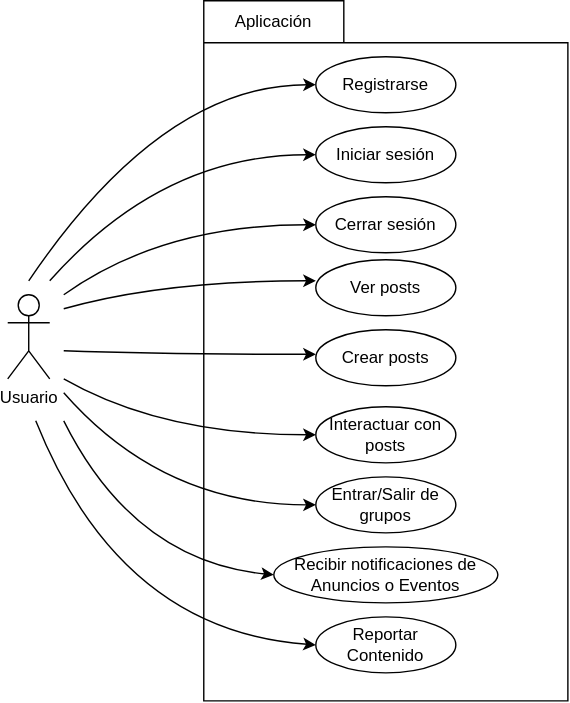
Before: images/modelosUML/modelosUML/Diagrama_casos_uso_usuario.svg, a diagram exported from draw.io (mmasias/24-25-IdSw1-SDR). Source tidied: cells renumbered, new cells last; positions are measured from the earlier drawing's top-left corner, leaving out a move shared by most shapes.
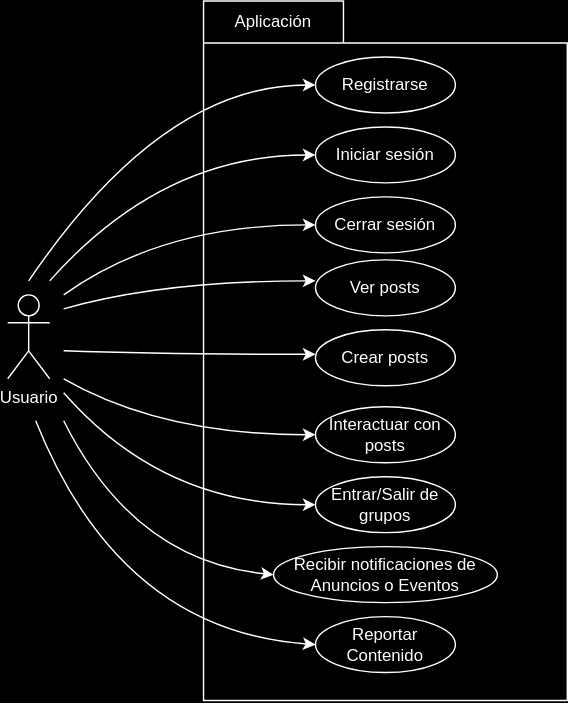
Later version of the same file.

Commit message:
Corrección Diagrama casos de uso de usuario

Corrección de colores

What changed in the source:
```diff
@@ -1,44 +1,44 @@
-<mxGraphModel>
+<mxGraphModel background="#000000">
   <root>
     <mxCell id="0" />
     <mxCell id="1" parent="0" />
-    <mxCell id="2" value="Usuario" style="shape=umlActor;verticalLabelPosition=bottom;verticalAlign=top;html=1;" parent="1" vertex="1">
+    <mxCell id="2" value="&lt;font color=&quot;#ffffff&quot;&gt;Usuario&lt;/font&gt;" style="shape=umlActor;verticalLabelPosition=bottom;verticalAlign=top;html=1;strokeColor=#FFFFFF;fillColor=#000000;" parent="1" vertex="1">
       <mxGeometry y="210" width="30" height="60" as="geometry" />
     </mxCell>
-    <mxCell id="3" style="shape=folder;fontStyle=1;spacingTop=10;tabWidth=100;tabHeight=30;tabPosition=left;html=1;whiteSpace=wrap;" parent="1" vertex="1">
+    <mxCell id="3" style="shape=folder;fontStyle=1;spacingTop=10;tabWidth=100;tabHeight=30;tabPosition=left;html=1;whiteSpace=wrap;strokeColor=#FFFFFF;fillColor=#000000;" parent="1" vertex="1">
       <mxGeometry x="140" width="260" height="500" as="geometry" />
     </mxCell>
-    <mxCell id="4" value="Registrarse" style="ellipse;whiteSpace=wrap;html=1;align=center;" parent="1" vertex="1">
+    <mxCell id="4" value="Registrarse" style="ellipse;whiteSpace=wrap;html=1;align=center;strokeColor=#FFFFFF;fontColor=#FFFFFF;fillColor=#000000;" parent="1" vertex="1">
       <mxGeometry x="220" y="40" width="100" height="40" as="geometry" />
     </mxCell>
-    <mxCell id="5" value="Iniciar sesión" style="ellipse;whiteSpace=wrap;html=1;align=center;" parent="1" vertex="1">
+    <mxCell id="5" value="Iniciar sesión" style="ellipse;whiteSpace=wrap;html=1;align=center;strokeColor=#FFFFFF;fontColor=#FFFFFF;fillColor=#000000;" parent="1" vertex="1">
       <mxGeometry x="220" y="90" width="100" height="40" as="geometry" />
     </mxCell>
-    <mxCell id="6" value="Ver posts" style="ellipse;whiteSpace=wrap;html=1;align=center;" parent="1" vertex="1">
+    <mxCell id="6" value="Ver posts" style="ellipse;whiteSpace=wrap;html=1;align=center;strokeColor=#FFFFFF;fontColor=#FFFFFF;fillColor=#000000;" parent="1" vertex="1">
       <mxGeometry x="220" y="185" width="100" height="40" as="geometry" />
     </mxCell>
-    <mxCell id="7" value="Crear posts" style="ellipse;whiteSpace=wrap;html=1;align=center;" parent="1" vertex="1">
+    <mxCell id="7" value="Crear posts" style="ellipse;whiteSpace=wrap;html=1;align=center;strokeColor=#FFFFFF;fillColor=#000000;fontColor=#FFFFFF;" parent="1" vertex="1">
       <mxGeometry x="220" y="235" width="100" height="40" as="geometry" />
     </mxCell>
-    <mxCell id="8" value="Entrar/Salir de grupos" style="ellipse;whiteSpace=wrap;html=1;align=center;" parent="1" vertex="1">
+    <mxCell id="8" value="Entrar/Salir de grupos" style="ellipse;whiteSpace=wrap;html=1;align=center;strokeColor=#FFFFFF;fillColor=#000000;fontColor=#FFFFFF;" parent="1" vertex="1">
       <mxGeometry x="220" y="340" width="100" height="40" as="geometry" />
     </mxCell>
-    <mxCell id="9" value="Cerrar sesión" style="ellipse;whiteSpace=wrap;html=1;align=center;" parent="1" vertex="1">
+    <mxCell id="9" value="Cerrar sesión" style="ellipse;whiteSpace=wrap;html=1;align=center;strokeColor=#FFFFFF;fillColor=#000000;fontColor=#FFFFFF;" parent="1" vertex="1">
       <mxGeometry x="220" y="140" width="100" height="40" as="geometry" />
     </mxCell>
-    <mxCell id="10" value="Interactuar con posts" style="ellipse;whiteSpace=wrap;html=1;align=center;" parent="1" vertex="1">
+    <mxCell id="10" value="Interactuar con posts" style="ellipse;whiteSpace=wrap;html=1;align=center;strokeColor=#FFFFFF;fontColor=#FFFFFF;fillColor=#000000;" parent="1" vertex="1">
       <mxGeometry x="220" y="290" width="100" height="40" as="geometry" />
     </mxCell>
-    <mxCell id="11" value="Aplicación" style="text;html=1;align=center;verticalAlign=middle;whiteSpace=wrap;rounded=0;" parent="1" vertex="1">
-      <mxGeometry x="160" width="60" height="30" as="geometry" />
+    <mxCell id="11" value="Aplicación" style="text;html=1;align=center;verticalAlign=middle;whiteSpace=wrap;rounded=0;strokeColor=#000000;fontColor=#FFFFFF;" parent="1" vertex="1">
+      <mxGeometry x="160" y="10" width="60" height="10" as="geometry" />
     </mxCell>
-    <mxCell id="12" value="Recibir notificaciones de Anuncios o Eventos" style="ellipse;whiteSpace=wrap;html=1;align=center;" parent="1" vertex="1">
+    <mxCell id="12" value="Recibir notificaciones de Anuncios o Eventos" style="ellipse;whiteSpace=wrap;html=1;align=center;strokeColor=#FFFFFF;fontColor=#FFFFFF;fillColor=#000000;" parent="1" vertex="1">
       <mxGeometry x="190" y="390" width="160" height="40" as="geometry" />
     </mxCell>
-    <mxCell id="13" value="Reportar Contenido" style="ellipse;whiteSpace=wrap;html=1;align=center;" parent="1" vertex="1">
+    <mxCell id="13" value="Reportar Contenido" style="ellipse;whiteSpace=wrap;html=1;align=center;strokeColor=#FFFFFF;fillColor=#000000;fontColor=#FFFFFF;" parent="1" vertex="1">
       <mxGeometry x="220" y="440" width="100" height="40" as="geometry" />
     </mxCell>
-    <mxCell id="14" style="curved=1;endArrow=classic;html=1;rounded=0;entryX=0;entryY=0.5;entryDx=0;entryDy=0;" parent="1" edge="1" target="4">
+    <mxCell id="14" style="curved=1;endArrow=classic;html=1;rounded=0;entryX=0;entryY=0.5;entryDx=0;entryDy=0;strokeColor=#FFFFFF;" parent="1" edge="1" target="4">
       <mxGeometry relative="1" as="geometry">
         <mxPoint x="15" y="200" as="sourcePoint" />
         <Array as="points">
@@ -46,7 +46,7 @@
         </Array>
       </mxGeometry>
     </mxCell>
-    <mxCell id="15" style="curved=1;endArrow=classic;html=1;rounded=0;entryX=0;entryY=0.5;entryDx=0;entryDy=0;" parent="1" edge="1">
+    <mxCell id="15" style="curved=1;endArrow=classic;html=1;rounded=0;entryX=0;entryY=0.5;entryDx=0;entryDy=0;strokeColor=#FFFFFF;" parent="1" edge="1">
       <mxGeometry relative="1" as="geometry">
         <mxPoint x="30" y="200" as="sourcePoint" />
         <mxPoint x="220" y="110" as="targetPoint" />
@@ -55,7 +55,7 @@
         </Array>
       </mxGeometry>
     </mxCell>
-    <mxCell id="16" style="curved=1;endArrow=classic;html=1;rounded=0;entryX=0;entryY=0.5;entryDx=0;entryDy=0;" parent="1" edge="1">
+    <mxCell id="16" style="curved=1;endArrow=classic;html=1;rounded=0;entryX=0;entryY=0.5;entryDx=0;entryDy=0;strokeColor=#FFFFFF;" parent="1" edge="1">
       <mxGeometry relative="1" as="geometry">
         <mxPoint x="40" y="210" as="sourcePoint" />
         <mxPoint x="220" y="160" as="targetPoint" />
@@ -64,7 +64,7 @@
         </Array>
       </mxGeometry>
     </mxCell>
-    <mxCell id="17" style="curved=1;endArrow=classic;html=1;rounded=0;entryX=0;entryY=0.5;entryDx=0;entryDy=0;" parent="1" edge="1">
+    <mxCell id="17" style="curved=1;endArrow=classic;html=1;rounded=0;entryX=0;entryY=0.5;entryDx=0;entryDy=0;strokeColor=#FFFFFF;" parent="1" edge="1">
       <mxGeometry relative="1" as="geometry">
         <mxPoint x="40" y="220" as="sourcePoint" />
         <mxPoint x="220" y="200" as="targetPoint" />
@@ -73,7 +73,7 @@
         </Array>
       </mxGeometry>
     </mxCell>
-    <mxCell id="18" style="curved=1;endArrow=classic;html=1;rounded=0;entryX=0;entryY=0.5;entryDx=0;entryDy=0;" parent="1" edge="1">
+    <mxCell id="18" style="curved=1;endArrow=classic;html=1;rounded=0;entryX=0;entryY=0.5;entryDx=0;entryDy=0;strokeColor=#FFFFFF;" parent="1" edge="1">
       <mxGeometry relative="1" as="geometry">
         <mxPoint x="40" y="250" as="sourcePoint" />
         <mxPoint x="220" y="252.5" as="targetPoint" />
@@ -82,7 +82,7 @@
         </Array>
       </mxGeometry>
     </mxCell>
-    <mxCell id="19" style="curved=1;endArrow=classic;html=1;rounded=0;entryX=0;entryY=0.5;entryDx=0;entryDy=0;" parent="1" edge="1">
+    <mxCell id="19" style="curved=1;endArrow=classic;html=1;rounded=0;entryX=0;entryY=0.5;entryDx=0;entryDy=0;strokeColor=#FFFFFF;" parent="1" edge="1">
       <mxGeometry relative="1" as="geometry">
         <mxPoint x="40" y="270" as="sourcePoint" />
         <mxPoint x="220" y="310" as="targetPoint" />
@@ -91,7 +91,7 @@
         </Array>
       </mxGeometry>
     </mxCell>
-    <mxCell id="20" style="curved=1;endArrow=classic;html=1;rounded=0;entryX=0;entryY=0.5;entryDx=0;entryDy=0;" parent="1" edge="1">
+    <mxCell id="20" style="curved=1;endArrow=classic;html=1;rounded=0;entryX=0;entryY=0.5;entryDx=0;entryDy=0;strokeColor=#FFFFFF;" parent="1" edge="1">
       <mxGeometry relative="1" as="geometry">
         <mxPoint x="40" y="280" as="sourcePoint" />
         <mxPoint x="220" y="360" as="targetPoint" />
@@ -100,7 +100,7 @@
         </Array>
       </mxGeometry>
     </mxCell>
-    <mxCell id="21" style="curved=1;endArrow=classic;html=1;rounded=0;entryX=0;entryY=0.5;entryDx=0;entryDy=0;" parent="1" edge="1">
+    <mxCell id="21" style="curved=1;endArrow=classic;html=1;rounded=0;entryX=0;entryY=0.5;entryDx=0;entryDy=0;strokeColor=#FFFFFF;" parent="1" edge="1">
       <mxGeometry relative="1" as="geometry">
         <mxPoint x="40" y="300" as="sourcePoint" />
         <mxPoint x="190" y="410" as="targetPoint" />
@@ -109,7 +109,7 @@
         </Array>
       </mxGeometry>
     </mxCell>
-    <mxCell id="22" style="curved=1;endArrow=classic;html=1;rounded=0;entryX=0;entryY=0.5;entryDx=0;entryDy=0;" parent="1" edge="1">
+    <mxCell id="22" style="curved=1;endArrow=classic;html=1;rounded=0;entryX=0;entryY=0.5;entryDx=0;entryDy=0;strokeColor=#FFFFFF;" parent="1" edge="1">
       <mxGeometry relative="1" as="geometry">
         <mxPoint x="20" y="300" as="sourcePoint" />
         <mxPoint x="220" y="460" as="targetPoint" />
```
